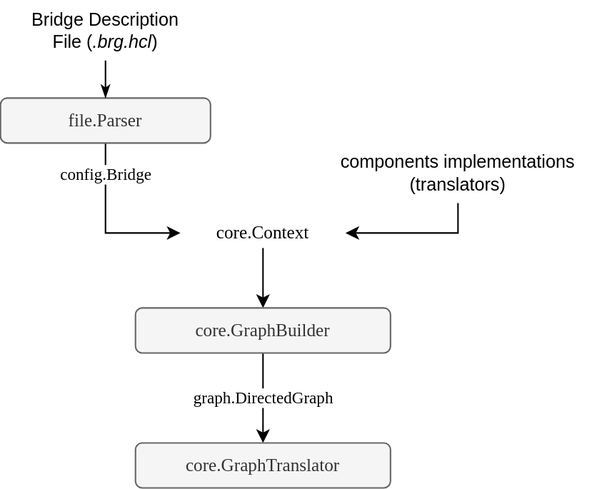
tiewei/til keeps this draw.io diagram as docs/.assets/arch-request-flow.svg. Above is the earlier version. Source tidied: cells renumbered, new cells last; positions are measured from the earlier drawing's top-left corner, leaving out a move shared by most shapes.
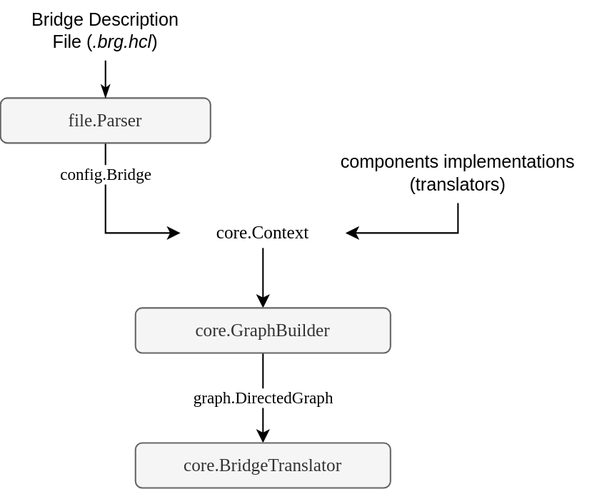
The same file after the commit.

Commit message:
Describe BridgeTranslator in architecture doc

What changed in the source:
```diff
@@ -32,7 +32,7 @@
     <mxCell id="11" value="&lt;div&gt;Bridge Description File (&lt;i&gt;.brg.hcl&lt;/i&gt;)&lt;/div&gt;" style="text;html=1;strokeColor=none;fillColor=none;align=center;verticalAlign=middle;whiteSpace=wrap;rounded=0;fontFamily=Helvetica;" parent="1" vertex="1">
       <mxGeometry x="15" width="110" height="40" as="geometry" />
     </mxCell>
-    <mxCell id="12" value="core.GraphTranslator" style="rounded=1;whiteSpace=wrap;html=1;fillColor=#f5f5f5;strokeColor=#666666;fontColor=#333333;fontFamily=Lucida Console;" parent="1" vertex="1">
+    <mxCell id="12" value="core.BridgeTranslator" style="rounded=1;whiteSpace=wrap;html=1;fillColor=#f5f5f5;strokeColor=#666666;fontColor=#333333;fontFamily=Lucida Console;" parent="1" vertex="1">
       <mxGeometry x="90" y="295" width="170" height="30" as="geometry" />
     </mxCell>
   </root>
```
